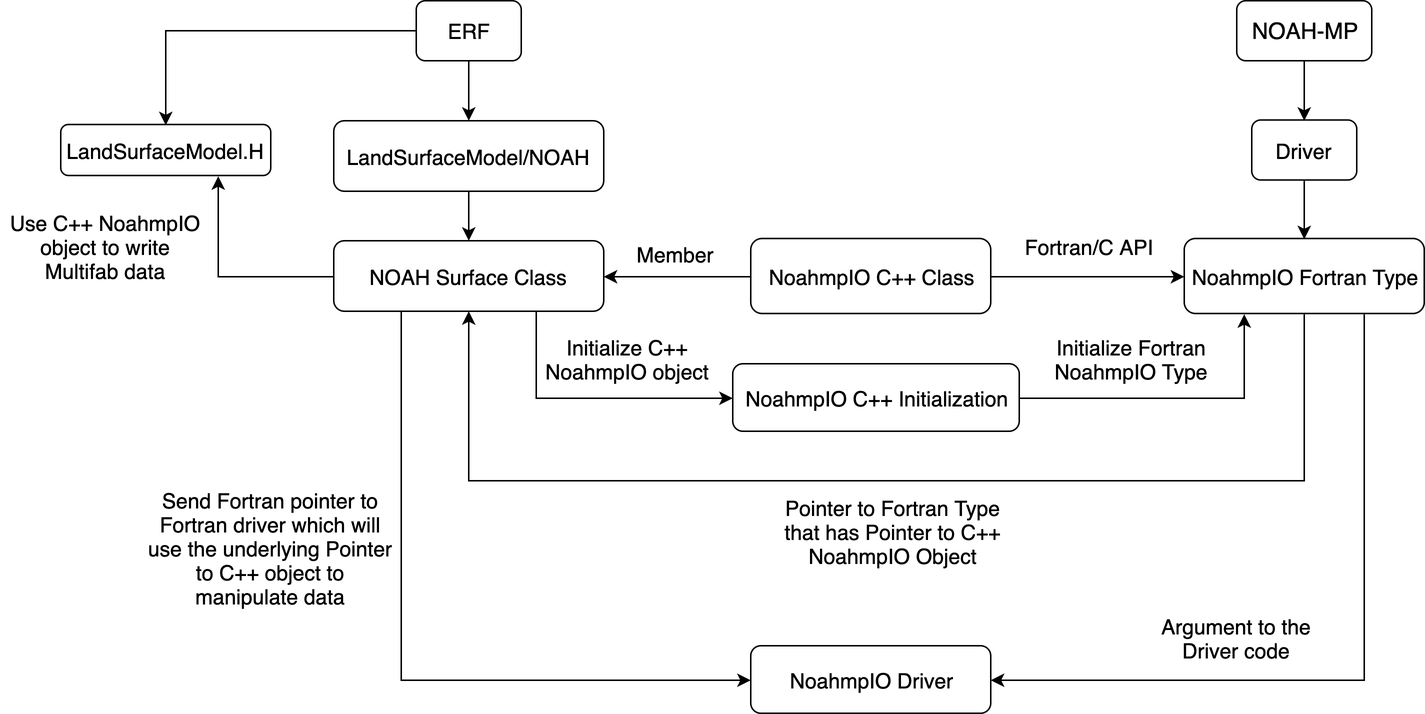
The draw.io diagram analysis/Fortran-C-Interop.png in demetresfytanides/ERF-Noah-Coupling, before a commit. Source tidied: cells renumbered, new cells last; positions are measured from the earlier drawing's top-left corner, leaving out a move shared by most shapes. Its diagram source:
```xml
<mxGraphModel>
  <root>
    <mxCell id="0" />
    <mxCell id="1" parent="0" />
    <mxCell id="2" style="edgeStyle=orthogonalEdgeStyle;rounded=0;jettySize=auto;html=1;exitX=0.5;exitY=1;exitDx=0;exitDy=0;entryX=0.5;entryY=0;entryDx=0;entryDy=0;fontSize=14;" parent="1" edge="1" source="3" target="5">
      <mxGeometry relative="1" as="geometry" />
    </mxCell>
    <mxCell id="3" value="NOAH-MP" style="rounded=1;whiteSpace=wrap;html=1;fontSize=15;" parent="1" vertex="1">
      <mxGeometry x="824" width="90" height="40" as="geometry" />
    </mxCell>
    <mxCell id="4" style="edgeStyle=orthogonalEdgeStyle;rounded=0;jettySize=auto;html=1;exitX=0.5;exitY=1;exitDx=0;exitDy=0;entryX=0.5;entryY=0;entryDx=0;entryDy=0;fontSize=14;" parent="1" edge="1" source="5" target="8">
      <mxGeometry relative="1" as="geometry" />
    </mxCell>
    <mxCell id="5" value="Driver" style="rounded=1;whiteSpace=wrap;html=1;fontSize=14;" parent="1" vertex="1">
      <mxGeometry x="834" y="79.5" width="70" height="40" as="geometry" />
    </mxCell>
    <mxCell id="6" style="edgeStyle=orthogonalEdgeStyle;rounded=0;jettySize=auto;html=1;exitX=0.5;exitY=1;exitDx=0;exitDy=0;entryX=0.5;entryY=1;entryDx=0;entryDy=0;fontSize=14;" parent="1" edge="1" source="8" target="20">
      <mxGeometry relative="1" as="geometry">
        <Array as="points">
          <mxPoint x="869" y="320" />
          <mxPoint x="312" y="320" />
        </Array>
      </mxGeometry>
    </mxCell>
    <mxCell id="7" style="edgeStyle=orthogonalEdgeStyle;rounded=0;jettySize=auto;html=1;exitX=0.75;exitY=1;exitDx=0;exitDy=0;entryX=1;entryY=0.5;entryDx=0;entryDy=0;fontSize=14;" parent="1" edge="1" source="8" target="23">
      <mxGeometry relative="1" as="geometry" />
    </mxCell>
    <mxCell id="8" value="NoahmpIO Fortran Type" style="rounded=1;whiteSpace=wrap;html=1;fontSize=14;" parent="1" vertex="1">
      <mxGeometry x="789" y="158.5" width="160" height="50" as="geometry" />
    </mxCell>
    <mxCell id="9" style="edgeStyle=orthogonalEdgeStyle;rounded=0;jettySize=auto;html=1;exitX=0.5;exitY=1;exitDx=0;exitDy=0;entryX=0.5;entryY=0;entryDx=0;entryDy=0;fontSize=14;" parent="1" edge="1" source="11" target="13">
      <mxGeometry relative="1" as="geometry" />
    </mxCell>
    <mxCell id="10" style="edgeStyle=orthogonalEdgeStyle;rounded=0;jettySize=auto;html=1;exitX=0;exitY=0.5;exitDx=0;exitDy=0;entryX=0.5;entryY=0;entryDx=0;entryDy=0;fontSize=14;" parent="1" edge="1" source="11" target="29">
      <mxGeometry relative="1" as="geometry" />
    </mxCell>
    <mxCell id="11" value="ERF" style="rounded=1;whiteSpace=wrap;html=1;fontSize=14;" parent="1" vertex="1">
      <mxGeometry x="277" width="70" height="40" as="geometry" />
    </mxCell>
    <mxCell id="12" style="edgeStyle=orthogonalEdgeStyle;rounded=0;jettySize=auto;html=1;exitX=0.5;exitY=1;exitDx=0;exitDy=0;entryX=0.5;entryY=0;entryDx=0;entryDy=0;fontSize=14;" parent="1" edge="1" source="13" target="20">
      <mxGeometry relative="1" as="geometry" />
    </mxCell>
    <mxCell id="13" value="LandSurfaceModel/NOAH" style="rounded=1;whiteSpace=wrap;html=1;fontSize=14;" parent="1" vertex="1">
      <mxGeometry x="222" y="80" width="180" height="47" as="geometry" />
    </mxCell>
    <mxCell id="14" style="edgeStyle=orthogonalEdgeStyle;rounded=0;jettySize=auto;html=1;exitX=1;exitY=0.5;exitDx=0;exitDy=0;entryX=0;entryY=0.5;entryDx=0;entryDy=0;fontSize=14;" parent="1" edge="1" source="16" target="8">
      <mxGeometry relative="1" as="geometry" />
    </mxCell>
    <mxCell id="15" style="edgeStyle=orthogonalEdgeStyle;rounded=0;jettySize=auto;html=1;exitX=0;exitY=0.5;exitDx=0;exitDy=0;entryX=1;entryY=0.5;entryDx=0;entryDy=0;fontSize=14;" parent="1" edge="1" source="16" target="20">
      <mxGeometry relative="1" as="geometry" />
    </mxCell>
    <mxCell id="16" value="NoahmpIO C++ Class" style="rounded=1;whiteSpace=wrap;html=1;fontSize=14;" parent="1" vertex="1">
      <mxGeometry x="500" y="158.5" width="160" height="50" as="geometry" />
    </mxCell>
    <mxCell id="17" style="edgeStyle=orthogonalEdgeStyle;rounded=0;jettySize=auto;html=1;exitX=0.75;exitY=1;exitDx=0;exitDy=0;entryX=0;entryY=0.5;entryDx=0;entryDy=0;fontSize=14;" parent="1" edge="1" source="20" target="22">
      <mxGeometry relative="1" as="geometry" />
    </mxCell>
    <mxCell id="18" style="edgeStyle=orthogonalEdgeStyle;rounded=0;jettySize=auto;html=1;exitX=0;exitY=0.5;exitDx=0;exitDy=0;entryX=0.75;entryY=1;entryDx=0;entryDy=0;fontSize=14;" parent="1" edge="1" source="20" target="29">
      <mxGeometry relative="1" as="geometry" />
    </mxCell>
    <mxCell id="19" style="edgeStyle=orthogonalEdgeStyle;rounded=0;jettySize=auto;html=1;exitX=0.25;exitY=1;exitDx=0;exitDy=0;entryX=0;entryY=0.5;entryDx=0;entryDy=0;fontSize=14;" parent="1" edge="1" source="20" target="23">
      <mxGeometry relative="1" as="geometry" />
    </mxCell>
    <mxCell id="20" value="NOAH Surface Class" style="rounded=1;whiteSpace=wrap;html=1;fontSize=14;" parent="1" vertex="1">
      <mxGeometry x="222" y="160" width="180" height="47" as="geometry" />
    </mxCell>
    <mxCell id="21" style="edgeStyle=orthogonalEdgeStyle;rounded=0;jettySize=auto;html=1;exitX=1;exitY=0.5;exitDx=0;exitDy=0;entryX=0.25;entryY=1;entryDx=0;entryDy=0;fontSize=14;" parent="1" edge="1" source="22" target="8">
      <mxGeometry relative="1" as="geometry" />
    </mxCell>
    <mxCell id="22" value="NoahmpIO C++ Initialization" style="rounded=1;whiteSpace=wrap;html=1;fontSize=14;" parent="1" vertex="1">
      <mxGeometry x="488" y="242" width="191" height="45" as="geometry" />
    </mxCell>
    <mxCell id="23" value="NoahmpIO Driver" style="rounded=1;whiteSpace=wrap;html=1;fontSize=14;" parent="1" vertex="1">
      <mxGeometry x="500" y="430" width="160" height="45" as="geometry" />
    </mxCell>
    <mxCell id="24" value="Member" style="text;html=1;strokeColor=none;fillColor=none;align=center;verticalAlign=middle;whiteSpace=wrap;rounded=0;fontSize=14;" parent="1" vertex="1">
      <mxGeometry x="430" y="158.5" width="40" height="20" as="geometry" />
    </mxCell>
    <mxCell id="25" value="Fortran/C API" style="text;html=1;strokeColor=none;fillColor=none;align=center;verticalAlign=middle;whiteSpace=wrap;rounded=0;fontSize=14;" parent="1" vertex="1">
      <mxGeometry x="679" y="149" width="92" height="30" as="geometry" />
    </mxCell>
    <mxCell id="26" value="Initialize C++ NoahmpIO object" style="text;html=1;strokeColor=none;fillColor=none;align=center;verticalAlign=middle;whiteSpace=wrap;rounded=0;fontSize=14;" parent="1" vertex="1">
      <mxGeometry x="348" y="220" width="140" height="38" as="geometry" />
    </mxCell>
    <mxCell id="27" value="Initialize Fortran NoahmpIO Type" style="text;html=1;strokeColor=none;fillColor=none;align=center;verticalAlign=middle;whiteSpace=wrap;rounded=0;fontSize=14;" parent="1" vertex="1">
      <mxGeometry x="684" y="220" width="140" height="38" as="geometry" />
    </mxCell>
    <mxCell id="28" value="Pointer to Fortran Type that has Pointer to C++ NoahmpIO Object" style="text;html=1;strokeColor=none;fillColor=none;align=center;verticalAlign=middle;whiteSpace=wrap;rounded=0;fontSize=14;" parent="1" vertex="1">
      <mxGeometry x="510" y="324" width="170" height="60" as="geometry" />
    </mxCell>
    <mxCell id="29" value="LandSurfaceModel.H" style="rounded=1;whiteSpace=wrap;html=1;fontSize=14;" parent="1" vertex="1">
      <mxGeometry x="40" y="82.5" width="140" height="34" as="geometry" />
    </mxCell>
    <mxCell id="30" value="Use C++ NoahmpIO object to write Multifab data" style="text;html=1;strokeColor=none;fillColor=none;align=center;verticalAlign=middle;whiteSpace=wrap;rounded=0;fontSize=14;" parent="1" vertex="1">
      <mxGeometry y="134" width="140" height="60" as="geometry" />
    </mxCell>
    <mxCell id="31" value="Send Fortran pointer to Fortran driver which will use the underlying Pointer to C++ object to manipulate data" style="text;html=1;strokeColor=none;fillColor=none;align=center;verticalAlign=middle;whiteSpace=wrap;rounded=0;fontSize=14;" parent="1" vertex="1">
      <mxGeometry x="95" y="320" width="170" height="90" as="geometry" />
    </mxCell>
    <mxCell id="32" value="Argument to the Driver code" style="text;html=1;strokeColor=none;fillColor=none;align=center;verticalAlign=middle;whiteSpace=wrap;rounded=0;fontSize=14;" parent="1" vertex="1">
      <mxGeometry x="769" y="405" width="110" height="40" as="geometry" />
    </mxCell>
  </root>
</mxGraphModel>
```
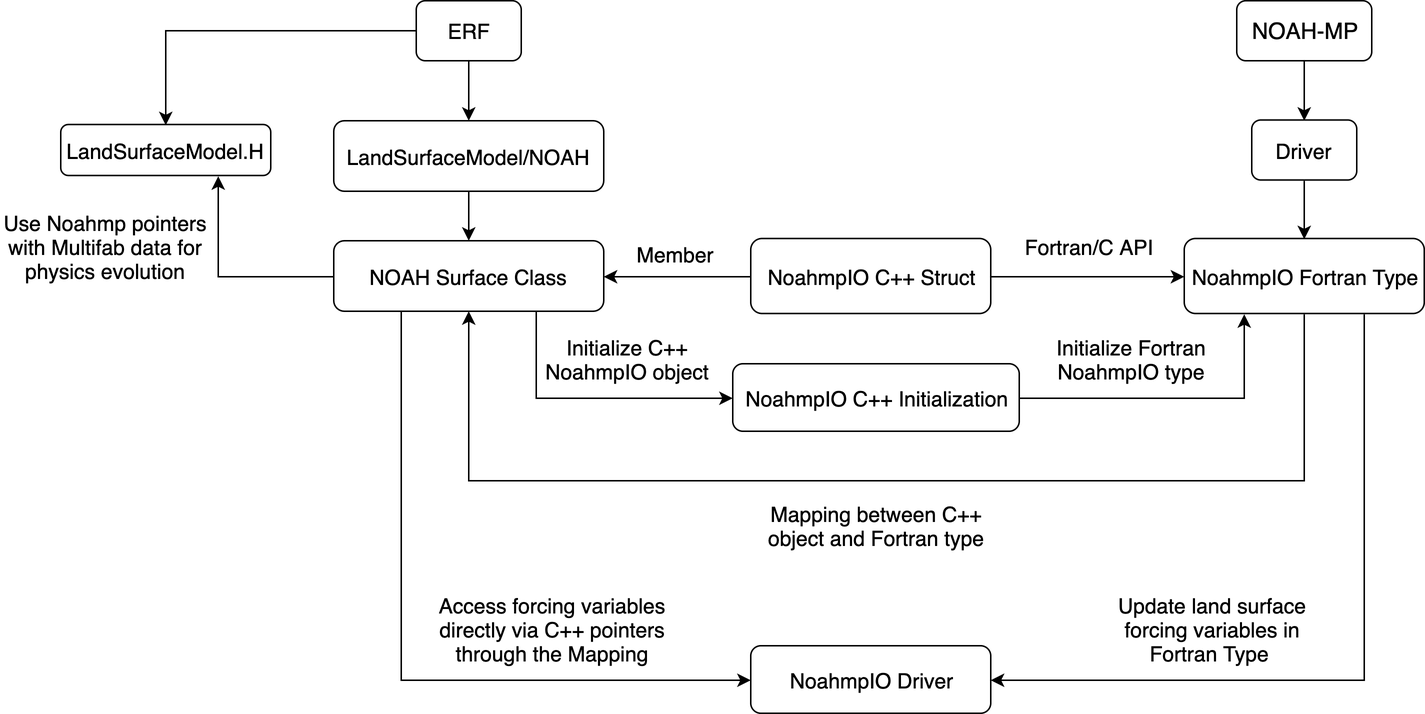
The same diagram one commit later.

Change to the diagram source:
```diff
@@ -49,7 +49,7 @@
     <mxCell id="15" style="edgeStyle=orthogonalEdgeStyle;rounded=0;jettySize=auto;html=1;exitX=0;exitY=0.5;exitDx=0;exitDy=0;entryX=1;entryY=0.5;entryDx=0;entryDy=0;fontSize=14;" parent="1" edge="1" source="16" target="20">
       <mxGeometry relative="1" as="geometry" />
     </mxCell>
-    <mxCell id="16" value="NoahmpIO C++ Class" style="rounded=1;whiteSpace=wrap;html=1;fontSize=14;" parent="1" vertex="1">
+    <mxCell id="16" value="NoahmpIO C++ Struct" style="rounded=1;whiteSpace=wrap;html=1;fontSize=14;" parent="1" vertex="1">
       <mxGeometry x="500" y="158.5" width="160" height="50" as="geometry" />
     </mxCell>
     <mxCell id="17" style="edgeStyle=orthogonalEdgeStyle;rounded=0;jettySize=auto;html=1;exitX=0.75;exitY=1;exitDx=0;exitDy=0;entryX=0;entryY=0.5;entryDx=0;entryDy=0;fontSize=14;" parent="1" edge="1" source="20" target="22">
@@ -82,23 +82,23 @@
     <mxCell id="26" value="Initialize C++ NoahmpIO object" style="text;html=1;strokeColor=none;fillColor=none;align=center;verticalAlign=middle;whiteSpace=wrap;rounded=0;fontSize=14;" parent="1" vertex="1">
       <mxGeometry x="348" y="220" width="140" height="38" as="geometry" />
     </mxCell>
-    <mxCell id="27" value="Initialize Fortran NoahmpIO Type" style="text;html=1;strokeColor=none;fillColor=none;align=center;verticalAlign=middle;whiteSpace=wrap;rounded=0;fontSize=14;" parent="1" vertex="1">
+    <mxCell id="27" value="Initialize Fortran NoahmpIO type" style="text;html=1;strokeColor=none;fillColor=none;align=center;verticalAlign=middle;whiteSpace=wrap;rounded=0;fontSize=14;" parent="1" vertex="1">
       <mxGeometry x="684" y="220" width="140" height="38" as="geometry" />
     </mxCell>
-    <mxCell id="28" value="Pointer to Fortran Type that has Pointer to C++ NoahmpIO Object" style="text;html=1;strokeColor=none;fillColor=none;align=center;verticalAlign=middle;whiteSpace=wrap;rounded=0;fontSize=14;" parent="1" vertex="1">
-      <mxGeometry x="510" y="324" width="170" height="60" as="geometry" />
+    <mxCell id="28" value="Mapping between C++ object and Fortran type" style="text;html=1;strokeColor=none;fillColor=none;align=center;verticalAlign=middle;whiteSpace=wrap;rounded=0;fontSize=14;" parent="1" vertex="1">
+      <mxGeometry x="498.5" y="328" width="170" height="44" as="geometry" />
     </mxCell>
     <mxCell id="29" value="LandSurfaceModel.H" style="rounded=1;whiteSpace=wrap;html=1;fontSize=14;" parent="1" vertex="1">
       <mxGeometry x="40" y="82.5" width="140" height="34" as="geometry" />
     </mxCell>
-    <mxCell id="30" value="Use C++ NoahmpIO object to write Multifab data" style="text;html=1;strokeColor=none;fillColor=none;align=center;verticalAlign=middle;whiteSpace=wrap;rounded=0;fontSize=14;" parent="1" vertex="1">
+    <mxCell id="30" value="Use Noahmp pointers with Multifab data for physics evolution" style="text;html=1;strokeColor=none;fillColor=none;align=center;verticalAlign=middle;whiteSpace=wrap;rounded=0;fontSize=14;" parent="1" vertex="1">
       <mxGeometry y="134" width="140" height="60" as="geometry" />
     </mxCell>
-    <mxCell id="31" value="Send Fortran pointer to Fortran driver which will use the underlying Pointer to C++ object to manipulate data" style="text;html=1;strokeColor=none;fillColor=none;align=center;verticalAlign=middle;whiteSpace=wrap;rounded=0;fontSize=14;" parent="1" vertex="1">
-      <mxGeometry x="95" y="320" width="170" height="90" as="geometry" />
+    <mxCell id="31" value="Update land surface forcing variables in Fortran Type&amp;nbsp;" style="text;html=1;strokeColor=none;fillColor=none;align=center;verticalAlign=middle;whiteSpace=wrap;rounded=0;fontSize=14;" parent="1" vertex="1">
+      <mxGeometry x="730" y="399" width="156" height="40" as="geometry" />
     </mxCell>
-    <mxCell id="32" value="Argument to the Driver code" style="text;html=1;strokeColor=none;fillColor=none;align=center;verticalAlign=middle;whiteSpace=wrap;rounded=0;fontSize=14;" parent="1" vertex="1">
-      <mxGeometry x="769" y="405" width="110" height="40" as="geometry" />
+    <mxCell id="32" value="Access forcing variables directly via C++ pointers through the Mapping" style="text;html=1;strokeColor=none;fillColor=none;align=center;verticalAlign=middle;whiteSpace=wrap;rounded=0;fontSize=14;" parent="1" vertex="1">
+      <mxGeometry x="290" y="399" width="156" height="40" as="geometry" />
     </mxCell>
   </root>
 </mxGraphModel>
```
